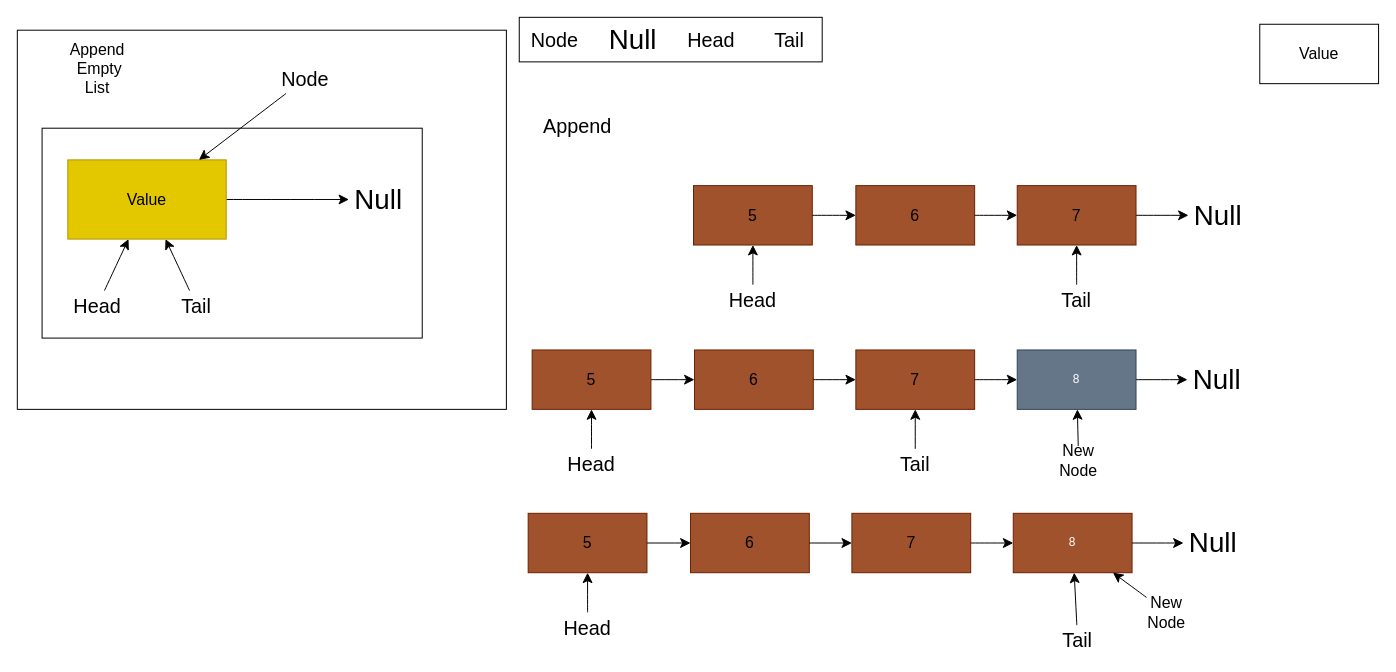
Above: page "Append" (2 of 4) of Visualizations/DsacJs.drawio in gabriel-logan/DsacJs (draw.io), before the change. Source tidied: cells renumbered, new cells numbered last; positions are measured from the earlier drawing's top-left corner, leaving out a move shared by most shapes. Both pictures are drawn from the tidied source at 99%, with x=0, y=0 at pixel (17, 17).
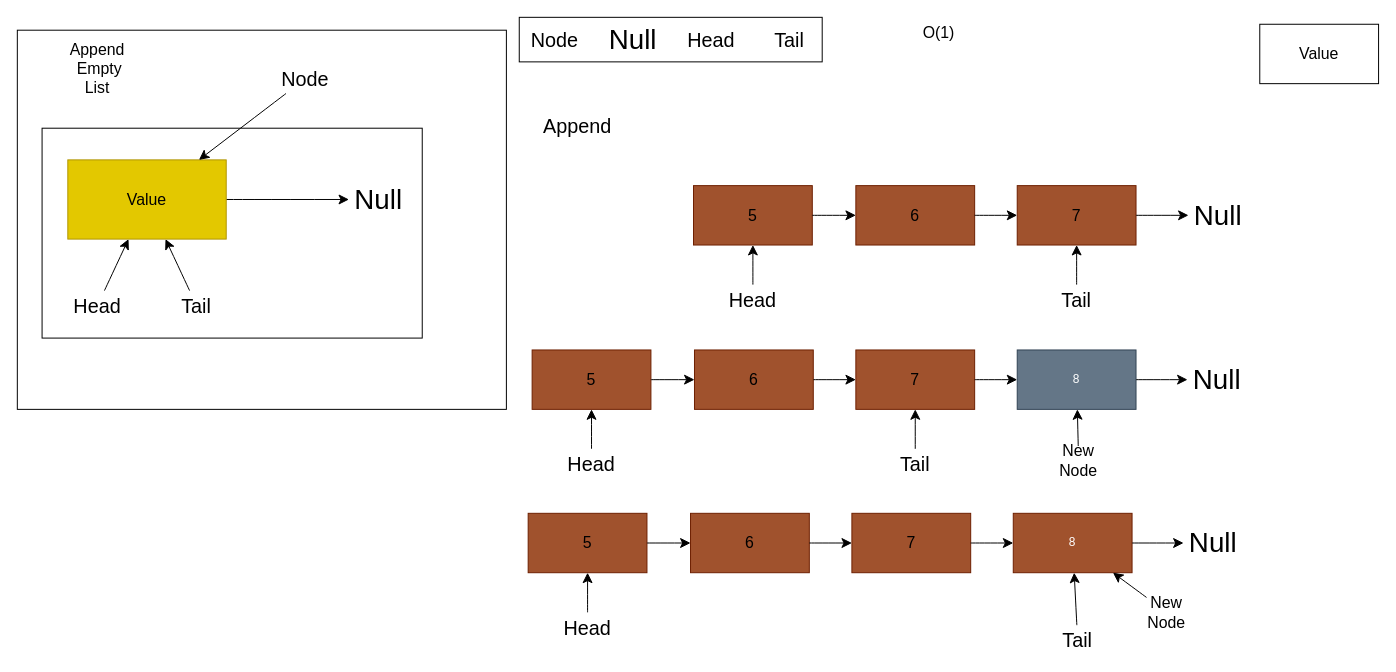
The same page after the edit.

Diff of the diagram source:
```diff
@@
+    <mxCell id="87" value="O(1)" style="text;strokeColor=none;align=center;fillColor=none;html=1;verticalAlign=middle;whiteSpace=wrap;rounded=0;fontSize=16;" parent="1" vertex="1">
+      <mxGeometry x="901" width="60" height="30" as="geometry" />
+    </mxCell>
```
